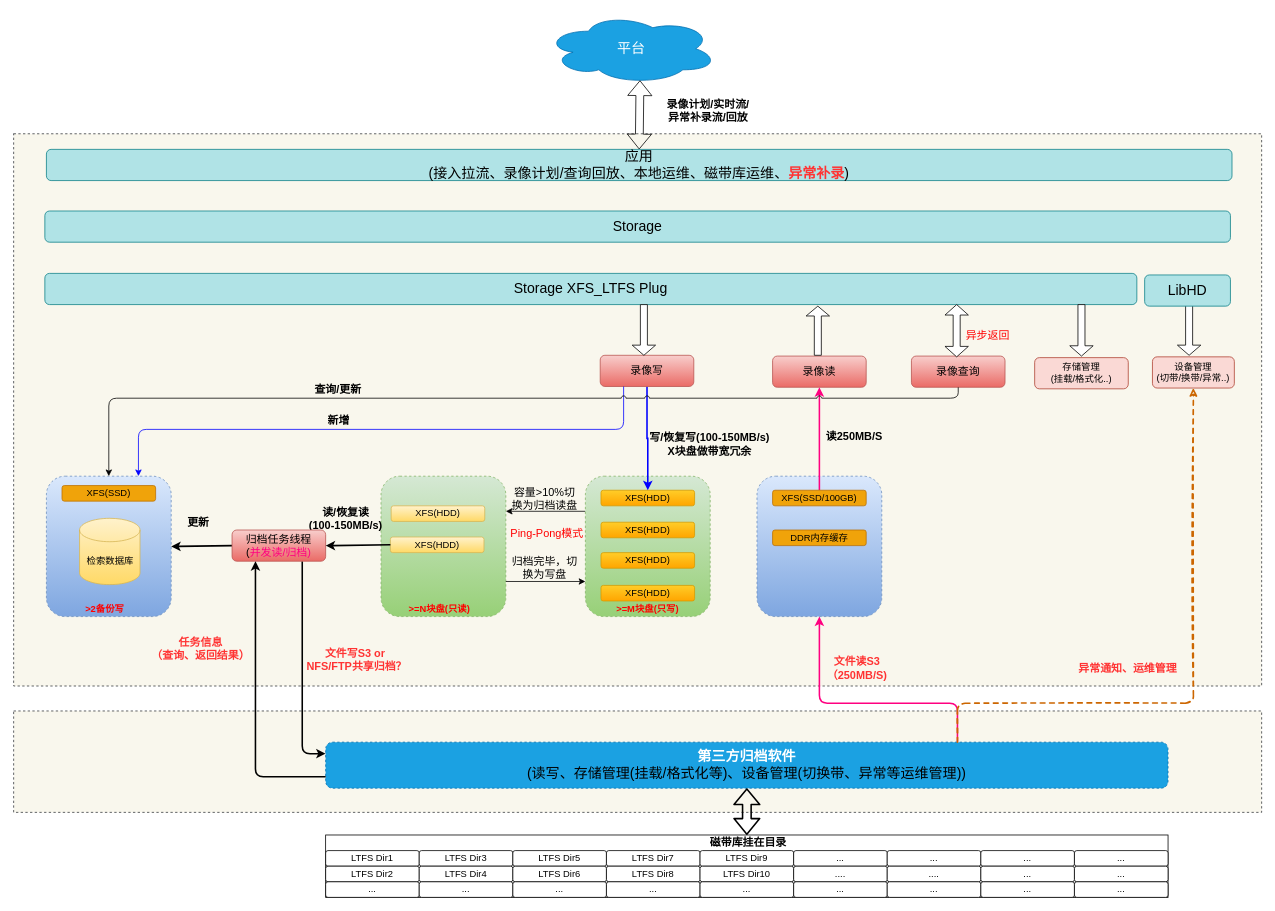
This is Cidai_3.drawio from snowolfhawk/ceph-scripts, a draw.io file, before an edit. Source tidied: cells renumbered, new cells numbered last; positions are measured from the earlier drawing's top-left corner, leaving out a move shared by most shapes. Both pictures are drawn from the tidied source at 78%, with x=0, y=0 at pixel (13, 13).
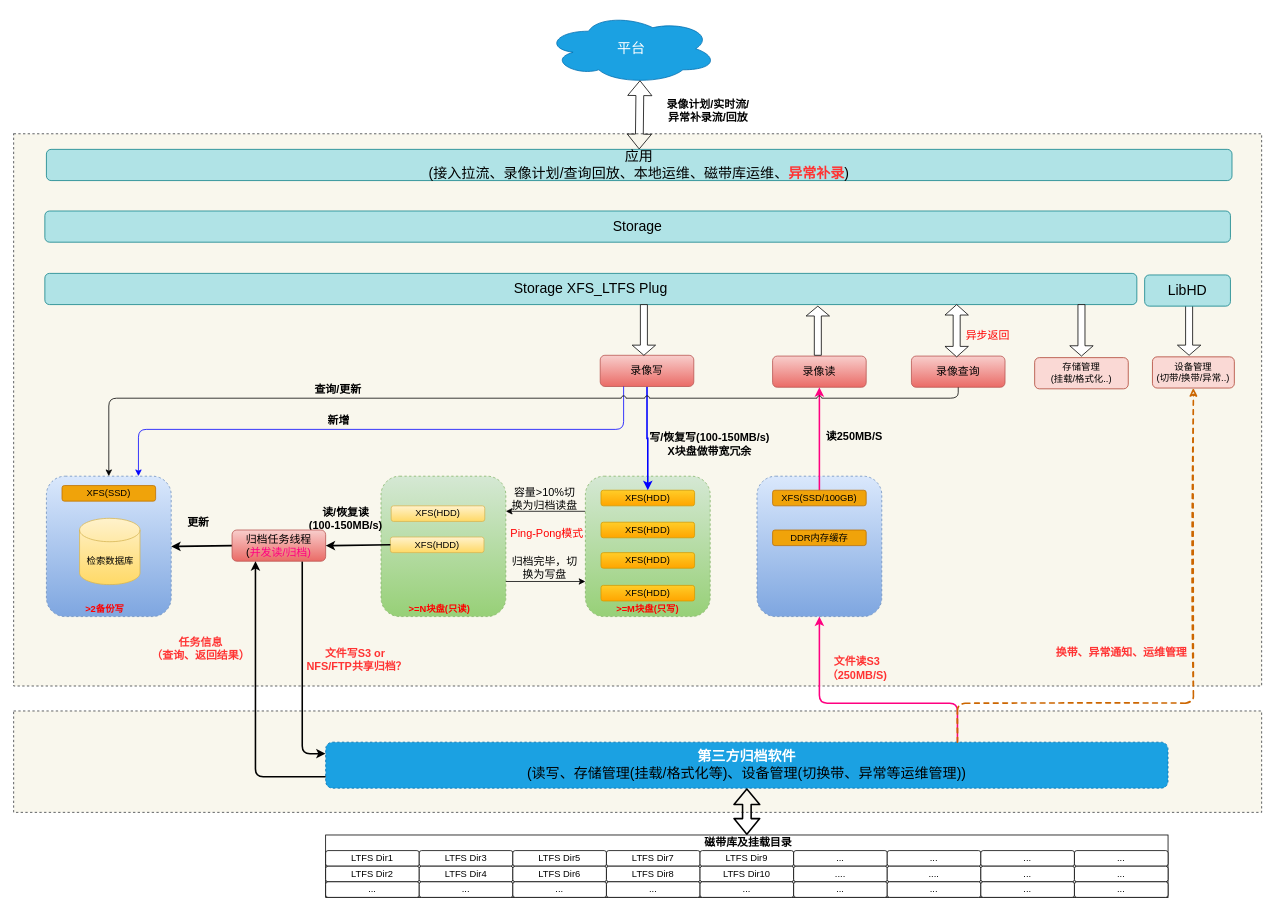
The same page after the edit.

The edit, as a diff of the source:
```diff
@@
-    <mxCell id="21" value="&lt;b&gt;&lt;font style=&quot;font-size: 14px;&quot;&gt;磁带库挂在目录&lt;/font&gt;&lt;/b&gt;" style="text;html=1;strokeColor=none;fillColor=none;align=center;verticalAlign=middle;whiteSpace=wrap;rounded=0;" parent="1" vertex="1">
+    <mxCell id="21" value="&lt;b&gt;&lt;font style=&quot;font-size: 14px;&quot;&gt;磁带库及挂载目录&lt;/font&gt;&lt;/b&gt;" style="text;html=1;strokeColor=none;fillColor=none;align=center;verticalAlign=middle;whiteSpace=wrap;rounded=0;" parent="1" vertex="1">
       <mxGeometry x="876" y="1053" width="132" height="20" as="geometry" />
     </mxCell>
@@
-    <mxCell id="95" value="&lt;font color=&quot;#ff3333&quot;&gt;&lt;span style=&quot;font-size: 14px;&quot;&gt;&lt;b&gt;异常通知、运维管理&lt;/b&gt;&lt;/span&gt;&lt;/font&gt;" style="text;html=1;strokeColor=none;fillColor=none;align=center;verticalAlign=middle;whiteSpace=wrap;rounded=0;" parent="1" vertex="1">
-      <mxGeometry x="1360" y="824" width="137" height="29" as="geometry" />
+    <mxCell id="95" value="&lt;font color=&quot;#ff3333&quot;&gt;&lt;span style=&quot;font-size: 14px;&quot;&gt;&lt;b&gt;换带、异常通知、运维管理&lt;/b&gt;&lt;/span&gt;&lt;/font&gt;" style="text;html=1;strokeColor=none;fillColor=none;align=center;verticalAlign=middle;whiteSpace=wrap;rounded=0;" parent="1" vertex="1">
+      <mxGeometry x="1326.5" y="804" width="187" height="29" as="geometry" />
     </mxCell>
```
